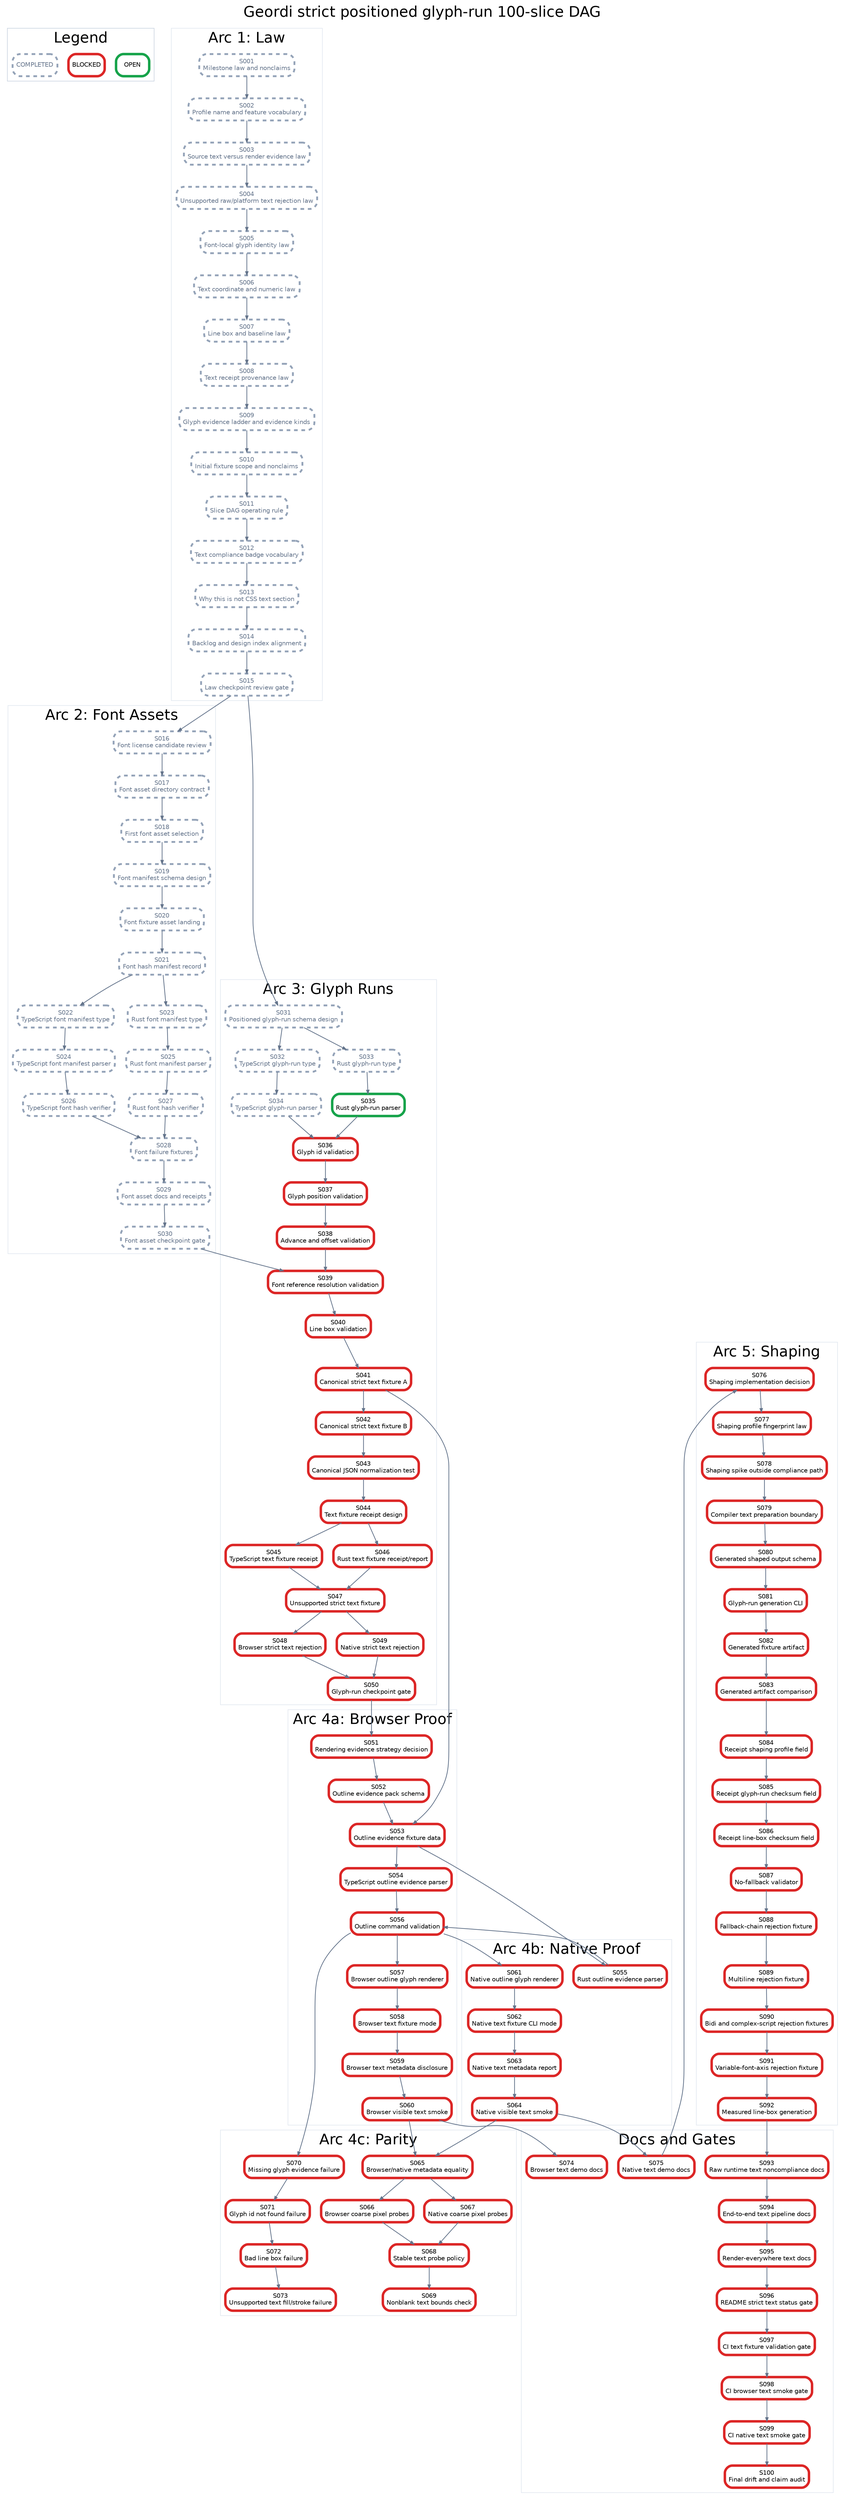
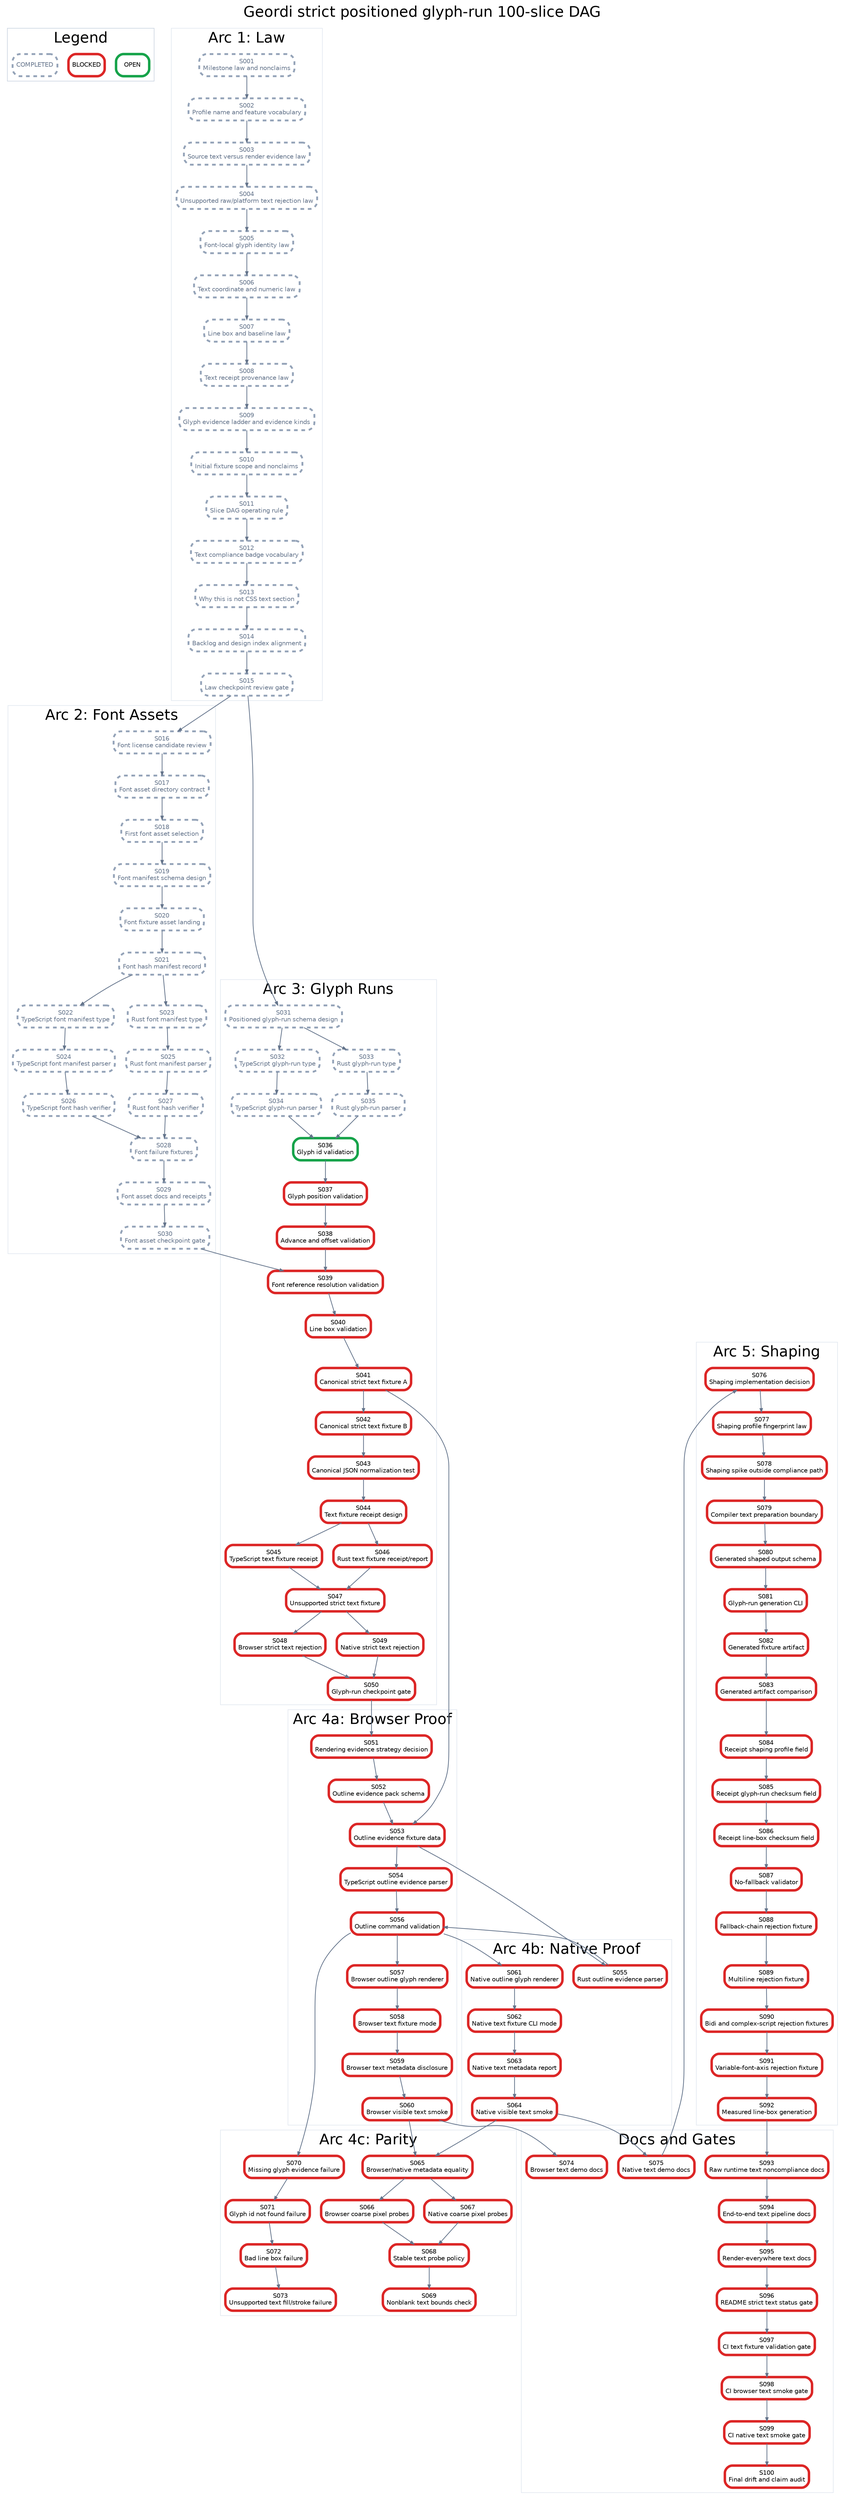
digraph StrictPositionedGlyphRunPlan {
  graph [rankdir=TB, bgcolor="white", fontname="Helvetica", label="Geordi strict positioned glyph-run 100-slice DAG", labelloc="t", fontsize=24];
  node [shape=box, style="rounded,filled", fillcolor="white", fontname="Helvetica", fontsize=10, margin="0.08,0.05"];
  edge [color="#64748b", arrowsize=0.6, penwidth=1.2];

  subgraph cluster_legend {
    label="Legend";
    color="#cbd5e1";
    legend_open [label="OPEN", color="#16a34a", penwidth=4];
    legend_blocked [label="BLOCKED", color="#dc2626", penwidth=4];
    legend_done [label="COMPLETED", color="#94a3b8", penwidth=3, style="rounded,filled,dashed", fontcolor="#64748b"];
  }

  subgraph cluster_law {
    label="Arc 1: Law";
    color="#e2e8f0";
    S001 [label="S001\nMilestone law and nonclaims", color="#94a3b8", penwidth=3, style="rounded,filled,dashed", fontcolor="#64748b"];
    S002 [label="S002\nProfile name and feature vocabulary", color="#94a3b8", penwidth=3, style="rounded,filled,dashed", fontcolor="#64748b"];
    S003 [label="S003\nSource text versus render evidence law", color="#94a3b8", penwidth=3, style="rounded,filled,dashed", fontcolor="#64748b"];
    S004 [label="S004\nUnsupported raw/platform text rejection law", color="#94a3b8", penwidth=3, style="rounded,filled,dashed", fontcolor="#64748b"];
    S005 [label="S005\nFont-local glyph identity law", color="#94a3b8", penwidth=3, style="rounded,filled,dashed", fontcolor="#64748b"];
    S006 [label="S006\nText coordinate and numeric law", color="#94a3b8", penwidth=3, style="rounded,filled,dashed", fontcolor="#64748b"];
    S007 [label="S007\nLine box and baseline law", color="#94a3b8", penwidth=3, style="rounded,filled,dashed", fontcolor="#64748b"];
    S008 [label="S008\nText receipt provenance law", color="#94a3b8", penwidth=3, style="rounded,filled,dashed", fontcolor="#64748b"];
    S009 [label="S009\nGlyph evidence ladder and evidence kinds", color="#94a3b8", penwidth=3, style="rounded,filled,dashed", fontcolor="#64748b"];
    S010 [label="S010\nInitial fixture scope and nonclaims", color="#94a3b8", penwidth=3, style="rounded,filled,dashed", fontcolor="#64748b"];
    S011 [label="S011\nSlice DAG operating rule", color="#94a3b8", penwidth=3, style="rounded,filled,dashed", fontcolor="#64748b"];
    S012 [label="S012\nText compliance badge vocabulary", color="#94a3b8", penwidth=3, style="rounded,filled,dashed", fontcolor="#64748b"];
    S013 [label="S013\nWhy this is not CSS text section", color="#94a3b8", penwidth=3, style="rounded,filled,dashed", fontcolor="#64748b"];
    S014 [label="S014\nBacklog and design index alignment", color="#94a3b8", penwidth=3, style="rounded,filled,dashed", fontcolor="#64748b"];
    S015 [label="S015\nLaw checkpoint review gate", color="#94a3b8", penwidth=3, style="rounded,filled,dashed", fontcolor="#64748b"];
  }

  subgraph cluster_assets {
    label="Arc 2: Font Assets";
    color="#e2e8f0";
    S016 [label="S016\nFont license candidate review", color="#94a3b8", penwidth=3, style="rounded,filled,dashed", fontcolor="#64748b"];
    S017 [label="S017\nFont asset directory contract", color="#94a3b8", penwidth=3, style="rounded,filled,dashed", fontcolor="#64748b"];
    S018 [label="S018\nFirst font asset selection", color="#94a3b8", penwidth=3, style="rounded,filled,dashed", fontcolor="#64748b"];
    S019 [label="S019\nFont manifest schema design", color="#94a3b8", penwidth=3, style="rounded,filled,dashed", fontcolor="#64748b"];
    S020 [label="S020\nFont fixture asset landing", color="#94a3b8", penwidth=3, style="rounded,filled,dashed", fontcolor="#64748b"];
    S021 [label="S021\nFont hash manifest record", color="#94a3b8", penwidth=3, style="rounded,filled,dashed", fontcolor="#64748b"];
    S022 [label="S022\nTypeScript font manifest type", color="#94a3b8", penwidth=3, style="rounded,filled,dashed", fontcolor="#64748b"];
    S023 [label="S023\nRust font manifest type", color="#94a3b8", penwidth=3, style="rounded,filled,dashed", fontcolor="#64748b"];
    S024 [label="S024\nTypeScript font manifest parser", color="#94a3b8", penwidth=3, style="rounded,filled,dashed", fontcolor="#64748b"];
    S025 [label="S025\nRust font manifest parser", color="#94a3b8", penwidth=3, style="rounded,filled,dashed", fontcolor="#64748b"];
    S026 [label="S026\nTypeScript font hash verifier", color="#94a3b8", penwidth=3, style="rounded,filled,dashed", fontcolor="#64748b"];
    S027 [label="S027\nRust font hash verifier", color="#94a3b8", penwidth=3, style="rounded,filled,dashed", fontcolor="#64748b"];
    S028 [label="S028\nFont failure fixtures", color="#94a3b8", penwidth=3, style="rounded,filled,dashed", fontcolor="#64748b"];
    S029 [label="S029\nFont asset docs and receipts", color="#94a3b8", penwidth=3, style="rounded,filled,dashed", fontcolor="#64748b"];
    S030 [label="S030\nFont asset checkpoint gate", color="#94a3b8", penwidth=3, style="rounded,filled,dashed", fontcolor="#64748b"];
  }

  subgraph cluster_glyph {
    label="Arc 3: Glyph Runs";
    color="#e2e8f0";
    S031 [label="S031\nPositioned glyph-run schema design", color="#94a3b8", penwidth=3, style="rounded,filled,dashed", fontcolor="#64748b"];
    S032 [label="S032\nTypeScript glyph-run type", color="#94a3b8", penwidth=3, style="rounded,filled,dashed", fontcolor="#64748b"];
    S033 [label="S033\nRust glyph-run type", color="#94a3b8", penwidth=3, style="rounded,filled,dashed", fontcolor="#64748b"];
    S034 [label="S034\nTypeScript glyph-run parser", color="#94a3b8", penwidth=3, style="rounded,filled,dashed", fontcolor="#64748b"];
-     S035 [label="S035\nRust glyph-run parser", color="#16a34a", penwidth=4];
-     S036 [label="S036\nGlyph id validation", color="#dc2626", penwidth=4];
+     S035 [label="S035\nRust glyph-run parser", color="#94a3b8", penwidth=3, style="rounded,filled,dashed", fontcolor="#64748b"];
+     S036 [label="S036\nGlyph id validation", color="#16a34a", penwidth=4];
    S037 [label="S037\nGlyph position validation", color="#dc2626", penwidth=4];
    S038 [label="S038\nAdvance and offset validation", color="#dc2626", penwidth=4];
    S039 [label="S039\nFont reference resolution validation", color="#dc2626", penwidth=4];
    S040 [label="S040\nLine box validation", color="#dc2626", penwidth=4];
    S041 [label="S041\nCanonical strict text fixture A", color="#dc2626", penwidth=4];
    S042 [label="S042\nCanonical strict text fixture B", color="#dc2626", penwidth=4];
    S043 [label="S043\nCanonical JSON normalization test", color="#dc2626", penwidth=4];
    S044 [label="S044\nText fixture receipt design", color="#dc2626", penwidth=4];
    S045 [label="S045\nTypeScript text fixture receipt", color="#dc2626", penwidth=4];
    S046 [label="S046\nRust text fixture receipt/report", color="#dc2626", penwidth=4];
    S047 [label="S047\nUnsupported strict text fixture", color="#dc2626", penwidth=4];
    S048 [label="S048\nBrowser strict text rejection", color="#dc2626", penwidth=4];
    S049 [label="S049\nNative strict text rejection", color="#dc2626", penwidth=4];
    S050 [label="S050\nGlyph-run checkpoint gate", color="#dc2626", penwidth=4];
  }

  subgraph cluster_browser {
    label="Arc 4a: Browser Proof";
    color="#e2e8f0";
    S051 [label="S051\nRendering evidence strategy decision", color="#dc2626", penwidth=4];
    S052 [label="S052\nOutline evidence pack schema", color="#dc2626", penwidth=4];
    S053 [label="S053\nOutline evidence fixture data", color="#dc2626", penwidth=4];
    S054 [label="S054\nTypeScript outline evidence parser", color="#dc2626", penwidth=4];
    S056 [label="S056\nOutline command validation", color="#dc2626", penwidth=4];
    S057 [label="S057\nBrowser outline glyph renderer", color="#dc2626", penwidth=4];
    S058 [label="S058\nBrowser text fixture mode", color="#dc2626", penwidth=4];
    S059 [label="S059\nBrowser text metadata disclosure", color="#dc2626", penwidth=4];
    S060 [label="S060\nBrowser visible text smoke", color="#dc2626", penwidth=4];
  }

  subgraph cluster_native {
    label="Arc 4b: Native Proof";
    color="#e2e8f0";
    S055 [label="S055\nRust outline evidence parser", color="#dc2626", penwidth=4];
    S061 [label="S061\nNative outline glyph renderer", color="#dc2626", penwidth=4];
    S062 [label="S062\nNative text fixture CLI mode", color="#dc2626", penwidth=4];
    S063 [label="S063\nNative text metadata report", color="#dc2626", penwidth=4];
    S064 [label="S064\nNative visible text smoke", color="#dc2626", penwidth=4];
  }

  subgraph cluster_parity {
    label="Arc 4c: Parity";
    color="#e2e8f0";
    S065 [label="S065\nBrowser/native metadata equality", color="#dc2626", penwidth=4];
    S066 [label="S066\nBrowser coarse pixel probes", color="#dc2626", penwidth=4];
    S067 [label="S067\nNative coarse pixel probes", color="#dc2626", penwidth=4];
    S068 [label="S068\nStable text probe policy", color="#dc2626", penwidth=4];
    S069 [label="S069\nNonblank text bounds check", color="#dc2626", penwidth=4];
    S070 [label="S070\nMissing glyph evidence failure", color="#dc2626", penwidth=4];
    S071 [label="S071\nGlyph id not found failure", color="#dc2626", penwidth=4];
    S072 [label="S072\nBad line box failure", color="#dc2626", penwidth=4];
    S073 [label="S073\nUnsupported text fill/stroke failure", color="#dc2626", penwidth=4];
  }

  subgraph cluster_shaping {
    label="Arc 5: Shaping";
    color="#e2e8f0";
    S076 [label="S076\nShaping implementation decision", color="#dc2626", penwidth=4];
    S077 [label="S077\nShaping profile fingerprint law", color="#dc2626", penwidth=4];
    S078 [label="S078\nShaping spike outside compliance path", color="#dc2626", penwidth=4];
    S079 [label="S079\nCompiler text preparation boundary", color="#dc2626", penwidth=4];
    S080 [label="S080\nGenerated shaped output schema", color="#dc2626", penwidth=4];
    S081 [label="S081\nGlyph-run generation CLI", color="#dc2626", penwidth=4];
    S082 [label="S082\nGenerated fixture artifact", color="#dc2626", penwidth=4];
    S083 [label="S083\nGenerated artifact comparison", color="#dc2626", penwidth=4];
    S084 [label="S084\nReceipt shaping profile field", color="#dc2626", penwidth=4];
    S085 [label="S085\nReceipt glyph-run checksum field", color="#dc2626", penwidth=4];
    S086 [label="S086\nReceipt line-box checksum field", color="#dc2626", penwidth=4];
    S087 [label="S087\nNo-fallback validator", color="#dc2626", penwidth=4];
    S088 [label="S088\nFallback-chain rejection fixture", color="#dc2626", penwidth=4];
    S089 [label="S089\nMultiline rejection fixture", color="#dc2626", penwidth=4];
    S090 [label="S090\nBidi and complex-script rejection fixtures", color="#dc2626", penwidth=4];
    S091 [label="S091\nVariable-font-axis rejection fixture", color="#dc2626", penwidth=4];
    S092 [label="S092\nMeasured line-box generation", color="#dc2626", penwidth=4];
  }

  subgraph cluster_docs {
    label="Docs and Gates";
    color="#e2e8f0";
    S074 [label="S074\nBrowser text demo docs", color="#dc2626", penwidth=4];
    S075 [label="S075\nNative text demo docs", color="#dc2626", penwidth=4];
    S093 [label="S093\nRaw runtime text noncompliance docs", color="#dc2626", penwidth=4];
    S094 [label="S094\nEnd-to-end text pipeline docs", color="#dc2626", penwidth=4];
    S095 [label="S095\nRender-everywhere text docs", color="#dc2626", penwidth=4];
    S096 [label="S096\nREADME strict text status gate", color="#dc2626", penwidth=4];
    S097 [label="S097\nCI text fixture validation gate", color="#dc2626", penwidth=4];
    S098 [label="S098\nCI browser text smoke gate", color="#dc2626", penwidth=4];
    S099 [label="S099\nCI native text smoke gate", color="#dc2626", penwidth=4];
    S100 [label="S100\nFinal drift and claim audit", color="#dc2626", penwidth=4];
  }

  S001 -> S002;
  S002 -> S003;
  S003 -> S004;
  S004 -> S005;
  S005 -> S006;
  S006 -> S007;
  S007 -> S008;
  S008 -> S009;
  S009 -> S010;
  S010 -> S011;
  S011 -> S012;
  S012 -> S013;
  S013 -> S014;
  S014 -> S015;
  S015 -> S016;
  S016 -> S017;
  S017 -> S018;
  S018 -> S019;
  S019 -> S020;
  S020 -> S021;
  S021 -> S022;
  S021 -> S023;
  S022 -> S024;
  S023 -> S025;
  S024 -> S026;
  S025 -> S027;
  S026 -> S028;
  S027 -> S028;
  S028 -> S029;
  S029 -> S030;
  S015 -> S031;
  S031 -> S032;
  S031 -> S033;
  S032 -> S034;
  S033 -> S035;
  S034 -> S036;
  S035 -> S036;
  S036 -> S037;
  S037 -> S038;
  S038 -> S039;
  S039 -> S040;
  S030 -> S039;
  S040 -> S041;
  S041 -> S042;
  S042 -> S043;
  S043 -> S044;
  S044 -> S045;
  S044 -> S046;
  S045 -> S047;
  S046 -> S047;
  S047 -> S048;
  S047 -> S049;
  S048 -> S050;
  S049 -> S050;
  S050 -> S051;
  S051 -> S052;
  S052 -> S053;
  S041 -> S053;
  S053 -> S054;
  S053 -> S055;
  S054 -> S056;
  S055 -> S056;
  S056 -> S057;
  S057 -> S058;
  S058 -> S059;
  S059 -> S060;
  S056 -> S061;
  S061 -> S062;
  S062 -> S063;
  S063 -> S064;
  S060 -> S065;
  S064 -> S065;
  S065 -> S066;
  S065 -> S067;
  S066 -> S068;
  S067 -> S068;
  S068 -> S069;
  S056 -> S070;
  S070 -> S071;
  S071 -> S072;
  S072 -> S073;
  S060 -> S074;
  S064 -> S075;
  S075 -> S076;
  S076 -> S077;
  S077 -> S078;
  S078 -> S079;
  S079 -> S080;
  S080 -> S081;
  S081 -> S082;
  S082 -> S083;
  S083 -> S084;
  S084 -> S085;
  S085 -> S086;
  S086 -> S087;
  S087 -> S088;
  S088 -> S089;
  S089 -> S090;
  S090 -> S091;
  S091 -> S092;
  S092 -> S093;
  S093 -> S094;
  S094 -> S095;
  S095 -> S096;
  S096 -> S097;
  S097 -> S098;
  S098 -> S099;
  S099 -> S100;
}
